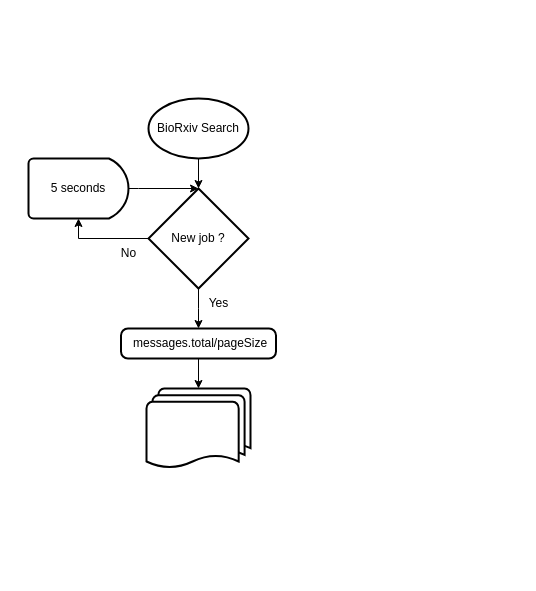
Before: bioRxiv Search/Diagramas/Diagrama de flujo.drawio in EduardoGC715/2023-02-2019073558-IC4302, a draw.io diagram. Source tidied: cells renumbered, new cells numbered last; positions are measured from the earlier drawing's top-left corner, leaving out a move shared by most shapes. Both pictures are drawn from the tidied source at 100%, with x=0, y=0 at pixel (28, 98).
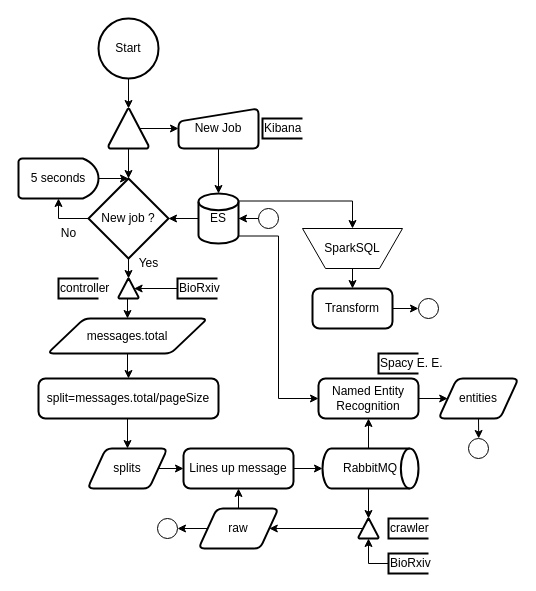
Above is the later version.

Change to the diagram source:
```diff
@@
-    <mxCell id="2" style="edgeStyle=orthogonalEdgeStyle;rounded=0;jettySize=auto;html=1;exitX=0.5;exitY=1;exitDx=0;exitDy=0;exitPerimeter=0;entryX=0.5;entryY=0;entryDx=0;entryDy=0;entryPerimeter=0;" parent="1" edge="1" source="4">
-      <mxGeometry relative="1" as="geometry">
-        <mxPoint x="170" y="230" as="targetPoint" />
-      </mxGeometry>
-    </mxCell>
@@
+    <mxCell id="14" style="edgeStyle=orthogonalEdgeStyle;rounded=0;jettySize=auto;html=1;exitX=0.5;exitY=1;exitDx=0;exitDy=0;exitPerimeter=0;entryX=0.5;entryY=0;entryDx=0;entryDy=0;entryPerimeter=0;" parent="1" edge="1" source="4" target="50">
+      <mxGeometry relative="1" as="geometry" />
+    </mxCell>
     <mxCell id="4" value="New job ?" style="strokeWidth=2;html=1;shape=mxgraph.flowchart.decision;whiteSpace=wrap;" parent="1" vertex="1">
-      <mxGeometry x="120" y="90" width="100" height="100" as="geometry" />
+      <mxGeometry x="60" y="80" width="80" height="80" as="geometry" />
     </mxCell>
     <mxCell id="5" value="No" style="text;html=1;align=center;verticalAlign=middle;strokeColor=none;fillColor=none;" parent="1" vertex="1">
-      <mxGeometry x="80" y="140" width="40" height="30" as="geometry" />
+      <mxGeometry x="20" y="120" width="40" height="30" as="geometry" />
     </mxCell>
     <mxCell id="6" value="Yes" style="text;html=1;align=center;verticalAlign=middle;strokeColor=none;fillColor=none;" parent="1" vertex="1">
-      <mxGeometry x="170" y="190" width="40" height="30" as="geometry" />
+      <mxGeometry x="100" y="150" width="40" height="30" as="geometry" />
     </mxCell>
-    <mxCell id="7" style="edgeStyle=orthogonalEdgeStyle;rounded=0;jettySize=auto;html=1;exitX=0.5;exitY=1;exitDx=0;exitDy=0;exitPerimeter=0;entryX=0.5;entryY=0;entryDx=0;entryDy=0;entryPerimeter=0;" parent="1" edge="1" source="8" target="4">
-      <mxGeometry relative="1" as="geometry" />
-    </mxCell>
-    <mxCell id="8" value="BioRxiv Search" style="strokeWidth=2;html=1;shape=mxgraph.flowchart.start_1;whiteSpace=wrap;" parent="1" vertex="1">
-      <mxGeometry x="120" width="100" height="60" as="geometry" />
-    </mxCell>
     <mxCell id="9" style="edgeStyle=orthogonalEdgeStyle;rounded=0;jettySize=auto;html=1;entryX=0.5;entryY=0;entryDx=0;entryDy=0;entryPerimeter=0;" parent="1" edge="1" source="10" target="4">
       <mxGeometry relative="1" as="geometry">
         <Array as="points">
-          <mxPoint x="110" y="90" />
-          <mxPoint x="110" y="90" />
+          <mxPoint x="70" y="80" />
+          <mxPoint x="70" y="80" />
         </Array>
       </mxGeometry>
     </mxCell>
     <mxCell id="10" value="5 seconds" style="strokeWidth=2;html=1;shape=mxgraph.flowchart.delay;whiteSpace=wrap;" parent="1" vertex="1">
-      <mxGeometry y="60" width="100" height="60" as="geometry" />
+      <mxGeometry x="-10" y="60" width="80" height="40" as="geometry" />
     </mxCell>
-    <mxCell id="11" style="edgeStyle=orthogonalEdgeStyle;rounded=0;jettySize=auto;html=1;entryX=0.5;entryY=0;entryDx=0;entryDy=0;entryPerimeter=0;" parent="1" edge="1" source="12" target="13">
-      <mxGeometry relative="1" as="geometry" />
-    </mxCell>
-    <mxCell id="12" value="&amp;nbsp;messages.total/pageSize" style="rounded=1;whiteSpace=wrap;html=1;absoluteArcSize=1;arcSize=14;strokeWidth=2;" parent="1" vertex="1">
-      <mxGeometry x="92.5" y="230" width="155" height="30" as="geometry" />
-    </mxCell>
-    <mxCell id="13" style="strokeWidth=2;html=1;shape=mxgraph.flowchart.multi-document;whiteSpace=wrap;" parent="1" vertex="1">
-      <mxGeometry x="118" y="290" width="104" height="80" as="geometry" />
-    </mxCell>
+    <mxCell id="15" style="edgeStyle=orthogonalEdgeStyle;rounded=0;jettySize=auto;html=1;exitX=0.5;exitY=1;exitDx=0;exitDy=0;exitPerimeter=0;entryX=0.5;entryY=0;entryDx=0;entryDy=0;entryPerimeter=0;" parent="1" edge="1" source="16" target="29">
+      <mxGeometry relative="1" as="geometry" />
+    </mxCell>
+    <mxCell id="16" value="Start" style="strokeWidth=2;html=1;shape=mxgraph.flowchart.start_1;whiteSpace=wrap;" parent="1" vertex="1">
+      <mxGeometry x="70" y="-80" width="60" height="60" as="geometry" />
+    </mxCell>
+    <mxCell id="17" style="edgeStyle=orthogonalEdgeStyle;rounded=0;jettySize=auto;html=1;entryX=0.5;entryY=0;entryDx=0;entryDy=0;entryPerimeter=0;exitX=0.5;exitY=1;exitDx=0;exitDy=0;" parent="1" edge="1" source="18" target="26">
+      <mxGeometry relative="1" as="geometry">
+        <Array as="points">
+          <mxPoint x="190" y="50" />
+          <mxPoint x="190" y="95" />
+        </Array>
+      </mxGeometry>
+    </mxCell>
+    <mxCell id="18" value="New Job" style="html=1;strokeWidth=2;shape=manualInput;whiteSpace=wrap;rounded=1;size=13;arcSize=11;" parent="1" vertex="1">
+      <mxGeometry x="150" y="10" width="80" height="40" as="geometry" />
+    </mxCell>
+    <mxCell id="19" style="edgeStyle=orthogonalEdgeStyle;rounded=0;jettySize=auto;html=1;entryX=0.5;entryY=0;entryDx=0;entryDy=0;" parent="1" edge="1" source="20" target="22">
+      <mxGeometry relative="1" as="geometry" />
+    </mxCell>
+    <mxCell id="20" value="messages.total" style="shape=parallelogram;html=1;strokeWidth=2;perimeter=parallelogramPerimeter;whiteSpace=wrap;rounded=1;arcSize=12;size=0.23;" parent="1" vertex="1">
+      <mxGeometry x="19" y="220" width="160" height="35" as="geometry" />
+    </mxCell>
+    <mxCell id="21" style="edgeStyle=orthogonalEdgeStyle;rounded=0;jettySize=auto;html=1;exitX=0.5;exitY=1;exitDx=0;exitDy=0;entryX=0.5;entryY=0;entryDx=0;entryDy=0;" parent="1" edge="1" source="22" target="31">
+      <mxGeometry relative="1" as="geometry" />
+    </mxCell>
+    <mxCell id="22" value="split=messages.total/pageSize" style="rounded=1;whiteSpace=wrap;html=1;absoluteArcSize=1;arcSize=14;strokeWidth=2;" parent="1" vertex="1">
+      <mxGeometry x="10" y="280" width="180" height="40" as="geometry" />
+    </mxCell>
+    <mxCell id="23" style="edgeStyle=orthogonalEdgeStyle;rounded=0;jettySize=auto;html=1;exitX=0;exitY=0.5;exitDx=0;exitDy=0;exitPerimeter=0;entryX=1;entryY=0.5;entryDx=0;entryDy=0;entryPerimeter=0;" parent="1" edge="1" source="26" target="4">
+      <mxGeometry relative="1" as="geometry" />
+    </mxCell>
+    <mxCell id="24" style="edgeStyle=orthogonalEdgeStyle;rounded=0;jettySize=auto;html=1;exitX=1;exitY=0.85;exitDx=0;exitDy=0;exitPerimeter=0;entryX=0;entryY=0.5;entryDx=0;entryDy=0;" parent="1" edge="1" source="26" target="33">
+      <mxGeometry relative="1" as="geometry" />
+    </mxCell>
+    <mxCell id="25" style="edgeStyle=orthogonalEdgeStyle;rounded=0;jettySize=auto;html=1;exitX=1;exitY=0.15;exitDx=0;exitDy=0;exitPerimeter=0;entryX=0.5;entryY=0;entryDx=0;entryDy=0;" parent="1" edge="1" source="26" target="37">
+      <mxGeometry relative="1" as="geometry" />
+    </mxCell>
+    <mxCell id="26" value="ES" style="strokeWidth=2;html=1;shape=mxgraph.flowchart.database;whiteSpace=wrap;" parent="1" vertex="1">
+      <mxGeometry x="170" y="95" width="40" height="50" as="geometry" />
+    </mxCell>
+    <mxCell id="27" style="edgeStyle=orthogonalEdgeStyle;rounded=0;jettySize=auto;html=1;exitX=0.78;exitY=0.5;exitDx=0;exitDy=0;exitPerimeter=0;entryX=0;entryY=0.5;entryDx=0;entryDy=0;" parent="1" edge="1" source="29" target="18">
+      <mxGeometry relative="1" as="geometry" />
+    </mxCell>
+    <mxCell id="28" style="edgeStyle=orthogonalEdgeStyle;rounded=0;jettySize=auto;html=1;entryX=0.5;entryY=0;entryDx=0;entryDy=0;entryPerimeter=0;" parent="1" edge="1" source="29" target="4">
+      <mxGeometry relative="1" as="geometry" />
+    </mxCell>
+    <mxCell id="29" style="strokeWidth=2;html=1;shape=mxgraph.flowchart.extract_or_measurement;whiteSpace=wrap;" parent="1" vertex="1">
+      <mxGeometry x="80" y="10" width="40" height="40" as="geometry" />
+    </mxCell>
+    <mxCell id="30" style="edgeStyle=orthogonalEdgeStyle;rounded=0;jettySize=auto;html=1;exitX=1;exitY=0.5;exitDx=0;exitDy=0;entryX=0;entryY=0.5;entryDx=0;entryDy=0;" parent="1" edge="1" source="31" target="44">
+      <mxGeometry relative="1" as="geometry" />
+    </mxCell>
+    <mxCell id="31" value="splits" style="shape=parallelogram;html=1;strokeWidth=2;perimeter=parallelogramPerimeter;whiteSpace=wrap;rounded=1;arcSize=12;size=0.23;" parent="1" vertex="1">
+      <mxGeometry x="59" y="350" width="80" height="40" as="geometry" />
+    </mxCell>
+    <mxCell id="32" style="edgeStyle=orthogonalEdgeStyle;rounded=0;jettySize=auto;html=1;exitX=1;exitY=0.5;exitDx=0;exitDy=0;entryX=0;entryY=0.5;entryDx=0;entryDy=0;" parent="1" edge="1" source="33" target="35">
+      <mxGeometry relative="1" as="geometry" />
+    </mxCell>
+    <mxCell id="33" value="Named Entity Recognition" style="rounded=1;whiteSpace=wrap;html=1;absoluteArcSize=1;arcSize=14;strokeWidth=2;" parent="1" vertex="1">
+      <mxGeometry x="290" y="280" width="100" height="40" as="geometry" />
+    </mxCell>
+    <mxCell id="34" style="edgeStyle=orthogonalEdgeStyle;rounded=0;jettySize=auto;html=1;exitX=0.5;exitY=1;exitDx=0;exitDy=0;" parent="1" edge="1" source="35">
+      <mxGeometry relative="1" as="geometry">
+        <mxPoint x="450.2" y="340" as="targetPoint" />
+      </mxGeometry>
+    </mxCell>
+    <mxCell id="35" value="entities" style="shape=parallelogram;html=1;strokeWidth=2;perimeter=parallelogramPerimeter;whiteSpace=wrap;rounded=1;arcSize=12;size=0.23;" parent="1" vertex="1">
+      <mxGeometry x="410" y="280" width="80" height="40" as="geometry" />
+    </mxCell>
+    <mxCell id="36" style="edgeStyle=orthogonalEdgeStyle;rounded=0;jettySize=auto;html=1;exitX=0.5;exitY=1;exitDx=0;exitDy=0;entryX=0.5;entryY=0;entryDx=0;entryDy=0;" parent="1" edge="1" source="37" target="39">
+      <mxGeometry relative="1" as="geometry" />
+    </mxCell>
+    <mxCell id="37" value="SparkSQL" style="verticalLabelPosition=middle;verticalAlign=middle;html=1;shape=trapezoid;perimeter=trapezoidPerimeter;whiteSpace=wrap;size=0.23;arcSize=10;flipV=1;labelPosition=center;align=center;" parent="1" vertex="1">
+      <mxGeometry x="274" y="130" width="100" height="40" as="geometry" />
+    </mxCell>
+    <mxCell id="38" style="edgeStyle=orthogonalEdgeStyle;rounded=0;jettySize=auto;html=1;exitX=1;exitY=0.5;exitDx=0;exitDy=0;entryX=0;entryY=0.5;entryDx=0;entryDy=0;entryPerimeter=0;" parent="1" edge="1" source="39" target="61">
+      <mxGeometry relative="1" as="geometry" />
+    </mxCell>
+    <mxCell id="39" value="Transform" style="rounded=1;whiteSpace=wrap;html=1;absoluteArcSize=1;arcSize=14;strokeWidth=2;" parent="1" vertex="1">
+      <mxGeometry x="284" y="190" width="80" height="40" as="geometry" />
+    </mxCell>
+    <mxCell id="40" style="edgeStyle=orthogonalEdgeStyle;rounded=0;jettySize=auto;html=1;exitX=0.5;exitY=0;exitDx=0;exitDy=0;entryX=0.5;entryY=1;entryDx=0;entryDy=0;" parent="1" edge="1" source="42" target="44">
+      <mxGeometry relative="1" as="geometry" />
+    </mxCell>
+    <mxCell id="41" style="edgeStyle=orthogonalEdgeStyle;rounded=0;jettySize=auto;html=1;exitX=0;exitY=0.5;exitDx=0;exitDy=0;entryX=1;entryY=0.5;entryDx=0;entryDy=0;entryPerimeter=0;" parent="1" edge="1" source="42" target="59">
+      <mxGeometry relative="1" as="geometry" />
+    </mxCell>
+    <mxCell id="42" value="raw" style="shape=parallelogram;html=1;strokeWidth=2;perimeter=parallelogramPerimeter;whiteSpace=wrap;rounded=1;arcSize=12;size=0.23;" parent="1" vertex="1">
+      <mxGeometry x="170" y="410" width="80" height="40" as="geometry" />
+    </mxCell>
+    <mxCell id="43" style="edgeStyle=orthogonalEdgeStyle;rounded=0;jettySize=auto;html=1;exitX=1;exitY=0.5;exitDx=0;exitDy=0;entryX=0;entryY=0.5;entryDx=0;entryDy=0;entryPerimeter=0;" parent="1" edge="1" source="44" target="47">
+      <mxGeometry relative="1" as="geometry" />
+    </mxCell>
+    <mxCell id="44" value="Lines up message" style="rounded=1;whiteSpace=wrap;html=1;absoluteArcSize=1;arcSize=14;strokeWidth=2;" parent="1" vertex="1">
+      <mxGeometry x="155" y="350" width="110" height="40" as="geometry" />
+    </mxCell>
+    <mxCell id="45" style="edgeStyle=orthogonalEdgeStyle;rounded=0;jettySize=auto;html=1;exitX=0.5;exitY=0;exitDx=0;exitDy=0;exitPerimeter=0;entryX=0.5;entryY=1;entryDx=0;entryDy=0;" parent="1" edge="1" source="47" target="33">
+      <mxGeometry relative="1" as="geometry" />
+    </mxCell>
+    <mxCell id="46" style="edgeStyle=orthogonalEdgeStyle;rounded=0;jettySize=auto;html=1;exitX=0.5;exitY=1;exitDx=0;exitDy=0;exitPerimeter=0;entryX=0.5;entryY=0;entryDx=0;entryDy=0;entryPerimeter=0;" parent="1" edge="1" source="47" target="54">
+      <mxGeometry relative="1" as="geometry" />
+    </mxCell>
+    <mxCell id="47" value="RabbitMQ" style="strokeWidth=2;html=1;shape=mxgraph.flowchart.direct_data;whiteSpace=wrap;" parent="1" vertex="1">
+      <mxGeometry x="294" y="350" width="96" height="40" as="geometry" />
+    </mxCell>
+    <mxCell id="48" value="Kibana" style="strokeWidth=2;html=1;shape=mxgraph.flowchart.annotation_1;align=left;" parent="1" vertex="1">
+      <mxGeometry x="234" y="20" width="40" height="20" as="geometry" />
+    </mxCell>
+    <mxCell id="49" style="edgeStyle=orthogonalEdgeStyle;rounded=0;jettySize=auto;html=1;exitX=0.5;exitY=1;exitDx=0;exitDy=0;exitPerimeter=0;entryX=0.5;entryY=0;entryDx=0;entryDy=0;" parent="1" edge="1" source="50" target="20">
+      <mxGeometry relative="1" as="geometry" />
+    </mxCell>
+    <mxCell id="50" style="strokeWidth=2;html=1;shape=mxgraph.flowchart.extract_or_measurement;whiteSpace=wrap;" parent="1" vertex="1">
+      <mxGeometry x="90" y="180" width="20" height="20" as="geometry" />
+    </mxCell>
+    <mxCell id="51" style="edgeStyle=orthogonalEdgeStyle;rounded=0;jettySize=auto;html=1;entryX=0.78;entryY=0.5;entryDx=0;entryDy=0;entryPerimeter=0;" parent="1" edge="1" source="52" target="50">
+      <mxGeometry relative="1" as="geometry" />
+    </mxCell>
+    <mxCell id="52" value="BioRxiv" style="strokeWidth=2;html=1;shape=mxgraph.flowchart.annotation_1;align=left;" parent="1" vertex="1">
+      <mxGeometry x="149" y="180" width="40" height="20" as="geometry" />
+    </mxCell>
+    <mxCell id="53" style="edgeStyle=orthogonalEdgeStyle;rounded=0;jettySize=auto;html=1;exitX=0.22;exitY=0.5;exitDx=0;exitDy=0;exitPerimeter=0;entryX=1;entryY=0.5;entryDx=0;entryDy=0;" parent="1" edge="1" source="54" target="42">
+      <mxGeometry relative="1" as="geometry" />
+    </mxCell>
+    <mxCell id="54" style="strokeWidth=2;html=1;shape=mxgraph.flowchart.extract_or_measurement;whiteSpace=wrap;" parent="1" vertex="1">
+      <mxGeometry x="330" y="420" width="20" height="20" as="geometry" />
+    </mxCell>
+    <mxCell id="55" style="edgeStyle=orthogonalEdgeStyle;rounded=0;jettySize=auto;html=1;exitX=0;exitY=0.5;exitDx=0;exitDy=0;exitPerimeter=0;entryX=0.5;entryY=1;entryDx=0;entryDy=0;entryPerimeter=0;" parent="1" edge="1" source="56" target="54">
+      <mxGeometry relative="1" as="geometry" />
+    </mxCell>
+    <mxCell id="56" value="BioRxiv" style="strokeWidth=2;html=1;shape=mxgraph.flowchart.annotation_1;align=left;" parent="1" vertex="1">
+      <mxGeometry x="360" y="455" width="40" height="20" as="geometry" />
+    </mxCell>
+    <mxCell id="57" style="edgeStyle=orthogonalEdgeStyle;rounded=0;jettySize=auto;html=1;entryX=1;entryY=0.5;entryDx=0;entryDy=0;entryPerimeter=0;" parent="1" edge="1" source="58" target="26">
+      <mxGeometry relative="1" as="geometry" />
+    </mxCell>
+    <mxCell id="58" style="verticalLabelPosition=bottom;verticalAlign=top;html=1;shape=mxgraph.flowchart.on-page_reference;" parent="1" vertex="1">
+      <mxGeometry x="230" y="110" width="20" height="20" as="geometry" />
+    </mxCell>
+    <mxCell id="59" style="verticalLabelPosition=bottom;verticalAlign=top;html=1;shape=mxgraph.flowchart.on-page_reference;" parent="1" vertex="1">
+      <mxGeometry x="129" y="420" width="20" height="20" as="geometry" />
+    </mxCell>
+    <mxCell id="60" style="verticalLabelPosition=bottom;verticalAlign=top;html=1;shape=mxgraph.flowchart.on-page_reference;" parent="1" vertex="1">
+      <mxGeometry x="440" y="340" width="20" height="20" as="geometry" />
+    </mxCell>
+    <mxCell id="61" style="verticalLabelPosition=bottom;verticalAlign=top;html=1;shape=mxgraph.flowchart.on-page_reference;" parent="1" vertex="1">
+      <mxGeometry x="390" y="200" width="20" height="20" as="geometry" />
+    </mxCell>
+    <mxCell id="62" value="controller" style="strokeWidth=2;html=1;shape=mxgraph.flowchart.annotation_1;align=left;" parent="1" vertex="1">
+      <mxGeometry x="30" y="180" width="40" height="20" as="geometry" />
+    </mxCell>
+    <mxCell id="63" value="crawler" style="strokeWidth=2;html=1;shape=mxgraph.flowchart.annotation_1;align=left;" parent="1" vertex="1">
+      <mxGeometry x="360" y="420" width="40" height="20" as="geometry" />
+    </mxCell>
+    <mxCell id="64" value="Spacy E. E." style="strokeWidth=2;html=1;shape=mxgraph.flowchart.annotation_1;align=left;" parent="1" vertex="1">
+      <mxGeometry x="350" y="255" width="40" height="20" as="geometry" />
+    </mxCell>
```
